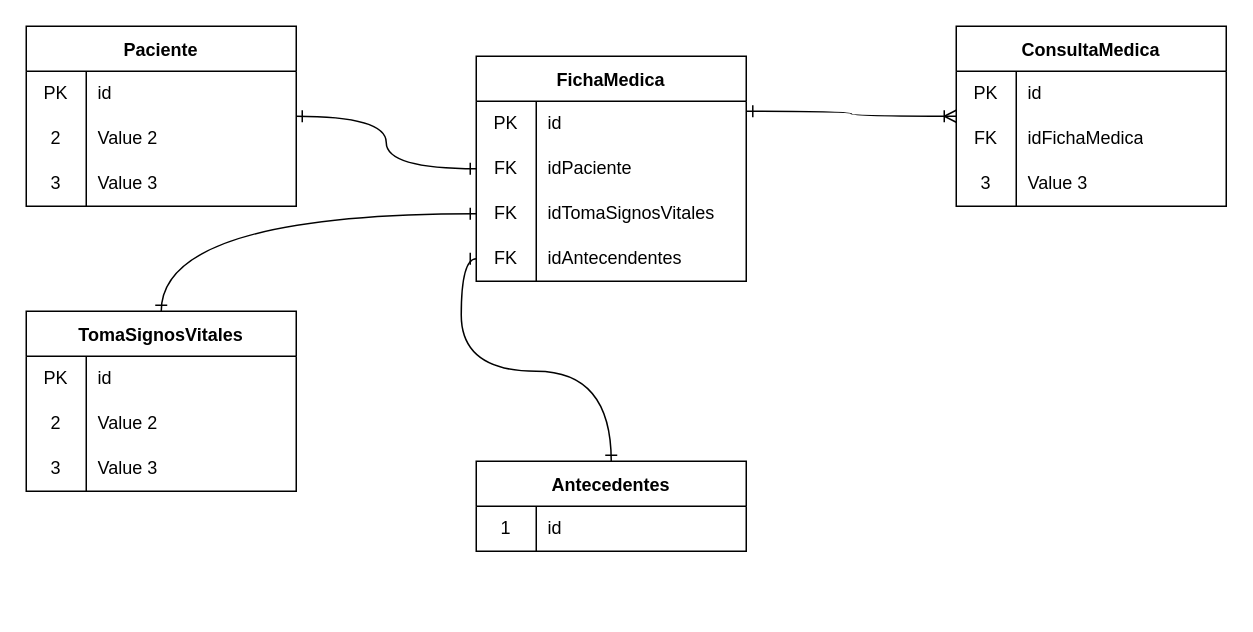
Above: page "FichaMedica" (2 of 4) of src/main/resources/com/project/UI/views/protitypes/relationTables.drawio in kevinStevenLC/consulmed_system (draw.io), before the change. Source tidied: cells renumbered, new cells numbered last; positions are measured from the earlier drawing's top-left corner, leaving out a move shared by most shapes. Both pictures are drawn from the tidied source at 150%, with x=0, y=0 at pixel (26, 26).
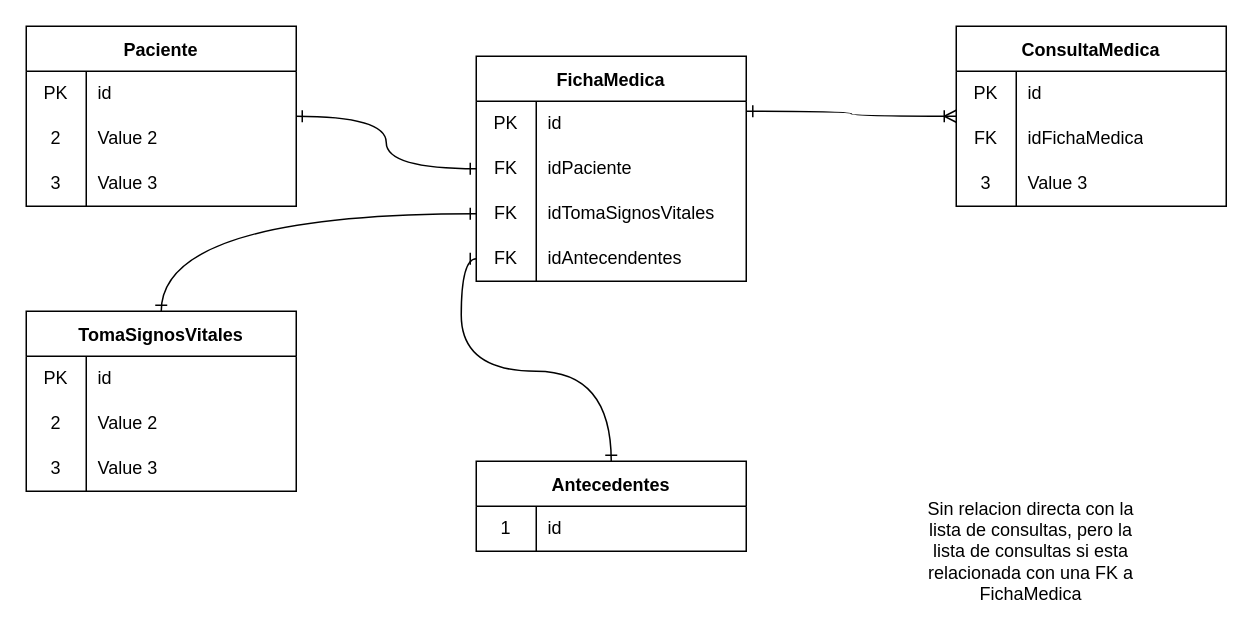
The same diagram, later.

What changed in the source:
```diff
@@
+    <mxCell id="53" value="Sin relacion directa con la lista de consultas, pero la lista de consultas si esta relacionada con una FK a FichaMedica" style="text;html=1;strokeColor=none;fillColor=none;align=center;verticalAlign=middle;whiteSpace=wrap;rounded=0;" parent="1" vertex="1">
+      <mxGeometry x="600" y="320" width="140" height="60" as="geometry" />
+    </mxCell>
```
